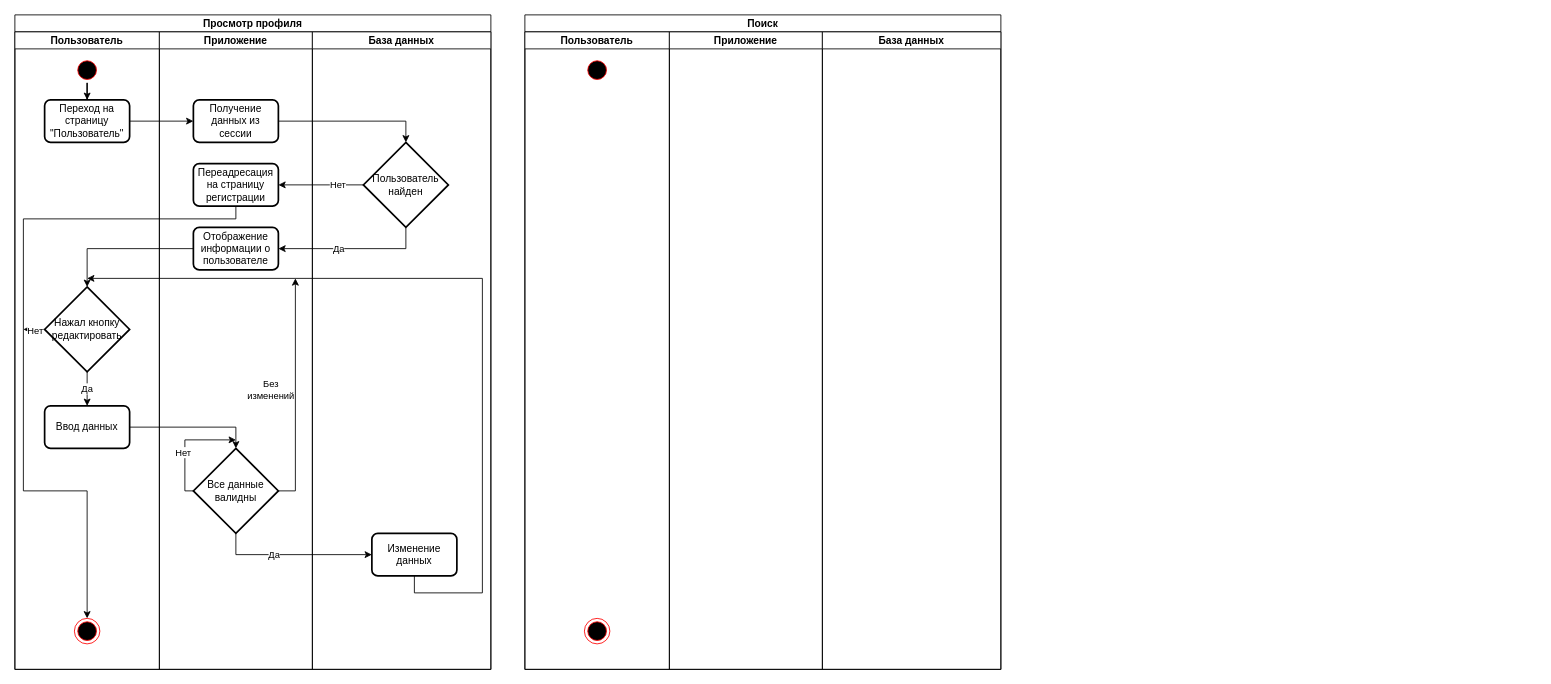
Before: ActivityDiagram.drawio in ConstructingSoftware/Labs, a draw.io diagram. Source tidied: cells renumbered, new cells numbered last; positions are measured from the earlier drawing's top-left corner, leaving out a move shared by most shapes. Both pictures are drawn from the tidied source at 85%, with x=0, y=0 at pixel (14, 14).
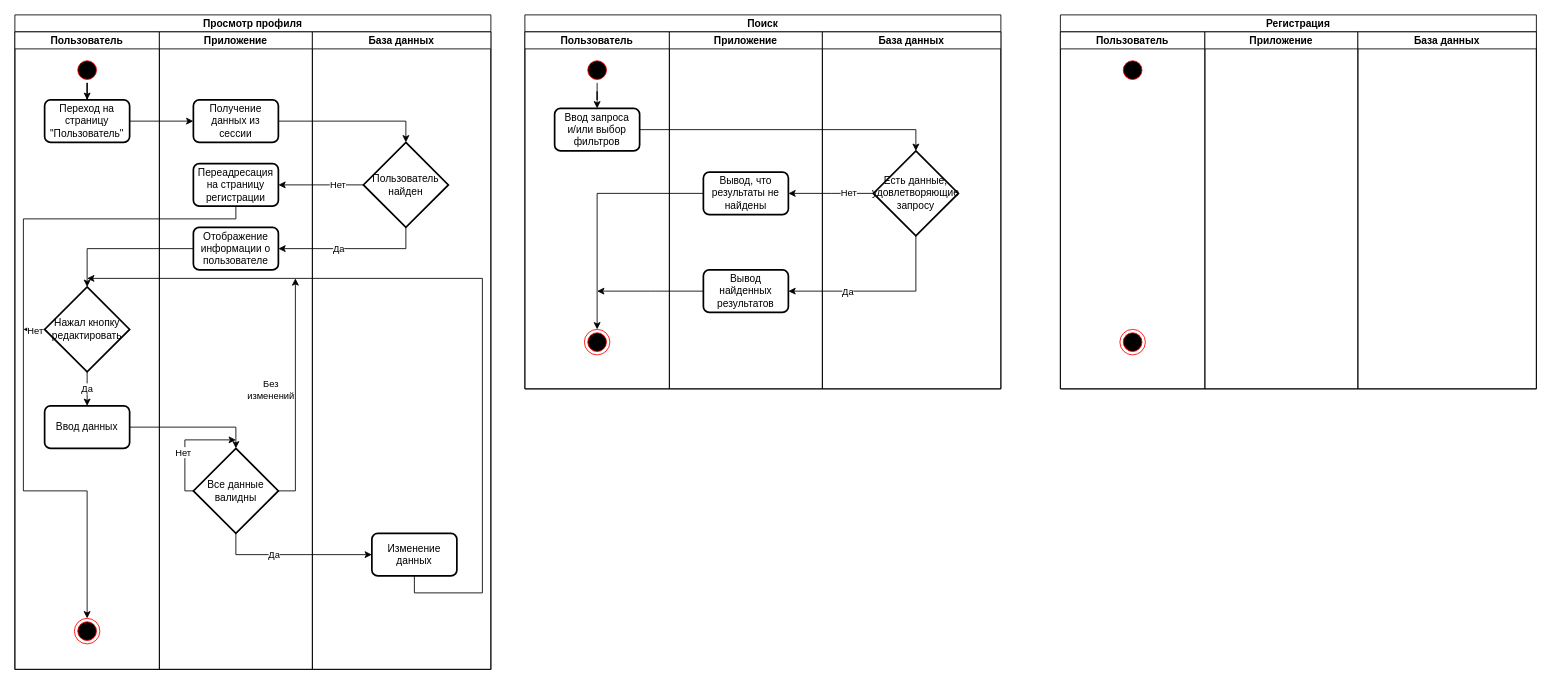
The same page after the edit.

Unchanged cells that the change refers to:
```xml
<mxCell id="38" style="ellipse;html=1;shape=startState;fillColor=#000000;strokeColor=#ff0000;" parent="37" vertex="1">
  <mxGeometry x="70" y="30" width="30" height="30" as="geometry" />
</mxCell>
```

The edit, as a diff of the source:
```diff
@@
     <mxCell id="36" value="Поиск" style="swimlane;startSize=20;" parent="1" vertex="1">
-      <mxGeometry x="600" width="560" height="770" as="geometry" />
+      <mxGeometry x="600" width="560" height="440" as="geometry" />
     </mxCell>
     <mxCell id="37" value="Пользователь" style="swimlane;startSize=20;" parent="36" vertex="1">
-      <mxGeometry y="20" width="170" height="750" as="geometry" />
+      <mxGeometry y="20" width="170" height="420" as="geometry" />
     </mxCell>
+    <mxCell id="42" style="edgeStyle=orthogonalEdgeStyle;rounded=0;jettySize=auto;html=1;exitX=0.5;exitY=1;exitDx=0;exitDy=0;" parent="37" edge="1" source="38" target="43">
+      <mxGeometry relative="1" as="geometry" />
+    </mxCell>
@@
     <mxCell id="39" style="ellipse;html=1;shape=endState;fillColor=#000000;strokeColor=#ff0000;" parent="37" vertex="1">
-      <mxGeometry x="70" y="690" width="30" height="30" as="geometry" />
+      <mxGeometry x="70" y="350" width="30" height="30" as="geometry" />
     </mxCell>
+    <mxCell id="43" value="Ввод запроса &lt;br&gt;и/или выбор фильтров" style="rounded=1;whiteSpace=wrap;html=1;absoluteArcSize=1;arcSize=14;strokeWidth=2;" parent="37" vertex="1">
+      <mxGeometry x="35" y="90" width="100" height="50" as="geometry" />
+    </mxCell>
     <mxCell id="40" value="Приложение" style="swimlane;startSize=20;" parent="36" vertex="1">
-      <mxGeometry x="170" y="20" width="180" height="750" as="geometry" />
+      <mxGeometry x="170" y="20" width="180" height="420" as="geometry" />
     </mxCell>
+    <mxCell id="44" value="Вывод, что результаты не найдены" style="rounded=1;whiteSpace=wrap;html=1;absoluteArcSize=1;arcSize=14;strokeWidth=2;" parent="40" vertex="1">
+      <mxGeometry x="40" y="165" width="100" height="50" as="geometry" />
+    </mxCell>
+    <mxCell id="45" value="Вывод найденных результатов" style="rounded=1;whiteSpace=wrap;html=1;absoluteArcSize=1;arcSize=14;strokeWidth=2;" parent="40" vertex="1">
+      <mxGeometry x="40" y="280" width="100" height="50" as="geometry" />
+    </mxCell>
     <mxCell id="41" value="База данных" style="swimlane;startSize=20;" parent="36" vertex="1">
-      <mxGeometry x="350" y="20" width="210" height="750" as="geometry" />
+      <mxGeometry x="350" y="20" width="210" height="420" as="geometry" />
     </mxCell>
+    <mxCell id="46" value="Есть данные, удовлетворяющие запросу" style="strokeWidth=2;html=1;shape=mxgraph.flowchart.decision;whiteSpace=wrap;" parent="41" vertex="1">
+      <mxGeometry x="60" y="140" width="100" height="100" as="geometry" />
+    </mxCell>
+    <mxCell id="47" style="edgeStyle=orthogonalEdgeStyle;rounded=0;jettySize=auto;html=1;entryX=0.5;entryY=0;entryDx=0;entryDy=0;entryPerimeter=0;" parent="36" edge="1" source="43" target="46">
+      <mxGeometry relative="1" as="geometry" />
+    </mxCell>
+    <mxCell id="48" value="Нет" style="edgeStyle=orthogonalEdgeStyle;rounded=0;jettySize=auto;html=1;exitX=0;exitY=0.5;exitDx=0;exitDy=0;exitPerimeter=0;" parent="36" edge="1" source="46">
+      <mxGeometry x="-0.4" relative="1" as="geometry">
+        <mxPoint x="310" y="210" as="targetPoint" />
+        <mxPoint x="1" as="offset" />
+      </mxGeometry>
+    </mxCell>
+    <mxCell id="49" style="edgeStyle=orthogonalEdgeStyle;rounded=0;jettySize=auto;html=1;entryX=1;entryY=0.5;entryDx=0;entryDy=0;exitX=0.5;exitY=1;exitDx=0;exitDy=0;exitPerimeter=0;" parent="36" edge="1" source="46" target="45">
+      <mxGeometry relative="1" as="geometry">
+        <Array as="points">
+          <mxPoint x="460" y="325" />
+        </Array>
+      </mxGeometry>
+    </mxCell>
+    <mxCell id="50" value="Да" style="edgeLabel;html=1;align=center;verticalAlign=middle;" parent="49" vertex="1">
+      <mxGeometry x="-0.11" y="1" relative="1" as="geometry">
+        <mxPoint x="-50" y="-1" as="offset" />
+      </mxGeometry>
+    </mxCell>
+    <mxCell id="51" style="edgeStyle=orthogonalEdgeStyle;rounded=0;jettySize=auto;html=1;entryX=0.5;entryY=0;entryDx=0;entryDy=0;" parent="36" edge="1" source="44" target="39">
+      <mxGeometry relative="1" as="geometry" />
+    </mxCell>
+    <mxCell id="52" style="edgeStyle=orthogonalEdgeStyle;rounded=0;jettySize=auto;html=1;" parent="36" edge="1" source="45">
+      <mxGeometry relative="1" as="geometry">
+        <mxPoint x="85" y="325" as="targetPoint" />
+      </mxGeometry>
+    </mxCell>
+    <mxCell id="53" value="Регистрация" style="swimlane;startSize=20;" parent="1" vertex="1">
+      <mxGeometry x="1230" width="560" height="440" as="geometry" />
+    </mxCell>
+    <mxCell id="54" value="Пользователь" style="swimlane;startSize=20;" parent="53" vertex="1">
+      <mxGeometry y="20" width="170" height="420" as="geometry" />
+    </mxCell>
+    <mxCell id="55" style="ellipse;html=1;shape=startState;fillColor=#000000;strokeColor=#ff0000;" parent="54" vertex="1">
+      <mxGeometry x="70" y="30" width="30" height="30" as="geometry" />
+    </mxCell>
+    <mxCell id="56" style="ellipse;html=1;shape=endState;fillColor=#000000;strokeColor=#ff0000;" parent="54" vertex="1">
+      <mxGeometry x="70" y="350" width="30" height="30" as="geometry" />
+    </mxCell>
+    <mxCell id="57" value="Приложение" style="swimlane;startSize=20;" parent="53" vertex="1">
+      <mxGeometry x="170" y="20" width="180" height="420" as="geometry" />
+    </mxCell>
+    <mxCell id="58" value="База данных" style="swimlane;startSize=20;" parent="53" vertex="1">
+      <mxGeometry x="350" y="20" width="210" height="420" as="geometry" />
+    </mxCell>
```
